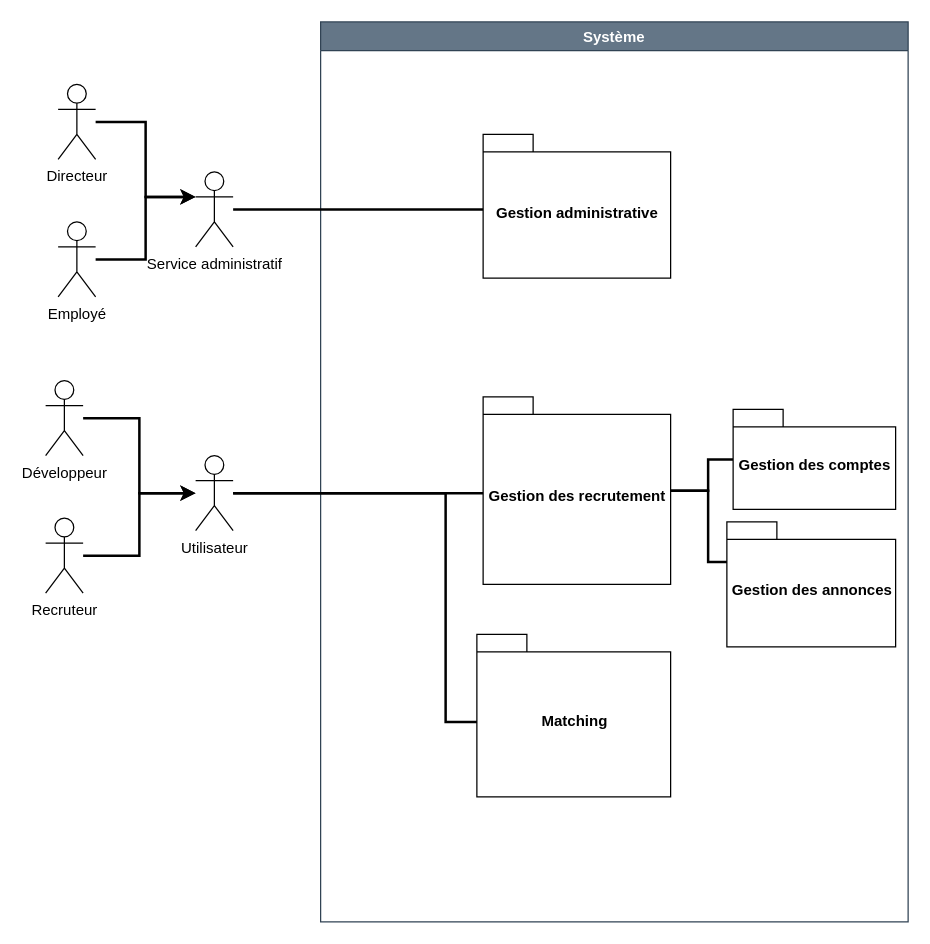
Before: diagramme_package.drawio in Aurelie1416/books-key, a draw.io diagram. Source tidied: cells renumbered, new cells numbered last; positions are measured from the earlier drawing's top-left corner, leaving out a move shared by most shapes. Both pictures are drawn from the tidied source at 125%, with x=0, y=0 at pixel (45, 21).
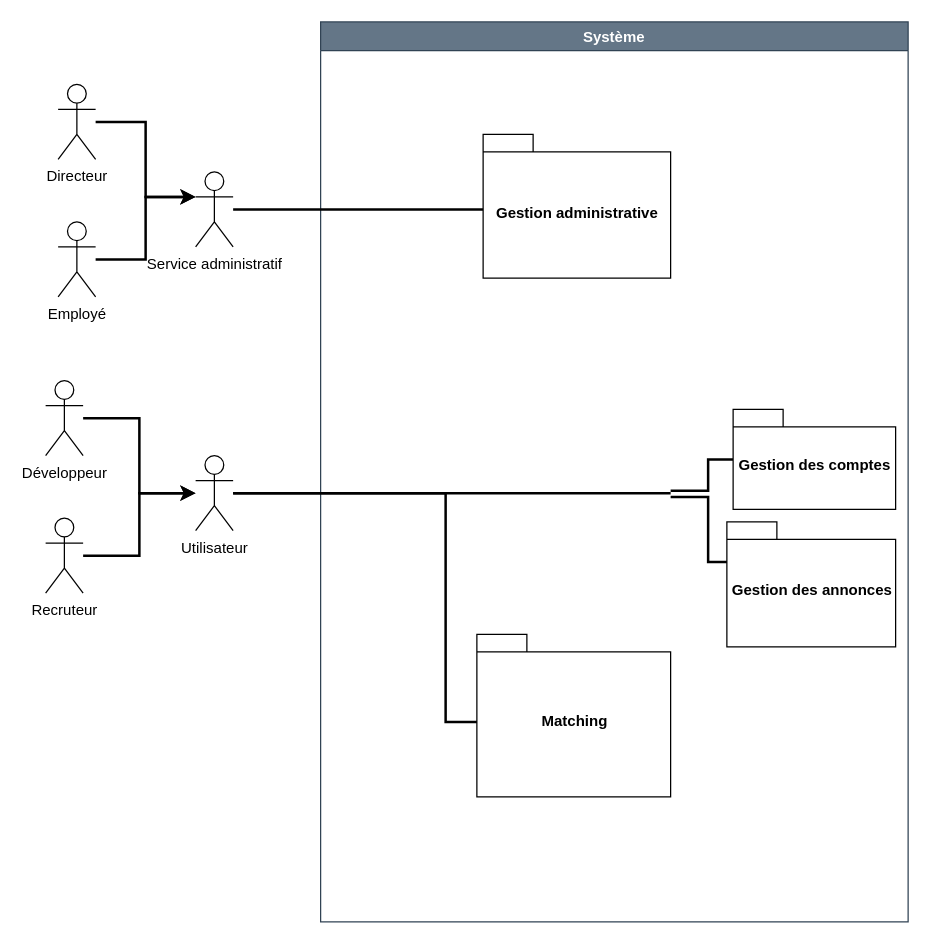
After the change.

Unchanged cells that the change refers to:
```xml
<mxCell id="2" value="Système" style="swimlane;strokeWidth=1;fillColor=#647687;fontColor=#ffffff;strokeColor=#314354;" parent="1" vertex="1">
  <mxGeometry x="220" width="470" height="720" as="geometry" />
</mxCell>
<mxCell id="4" value="Gestion des annonces" style="shape=folder;fontStyle=1;spacingTop=10;tabWidth=40;tabHeight=14;tabPosition=left;html=1;" parent="2" vertex="1">
  <mxGeometry x="325" y="400" width="135" height="100" as="geometry" />
</mxCell>
<mxCell id="6" value="Gestion des comptes" style="shape=folder;fontStyle=1;spacingTop=10;tabWidth=40;tabHeight=14;tabPosition=left;html=1;" parent="2" vertex="1">
  <mxGeometry x="330" y="310" width="130" height="80" as="geometry" />
</mxCell>
<mxCell id="18" value="Utilisateur" style="shape=umlActor;verticalLabelPosition=bottom;verticalAlign=top;html=1;outlineConnect=0;" parent="1" vertex="1">
  <mxGeometry x="120" y="347" width="30" height="60" as="geometry" />
</mxCell>
```

Diff of the diagram source:
```diff
@@
-    <mxCell id="5" style="edgeStyle=orthogonalEdgeStyle;rounded=0;jettySize=auto;html=1;endArrow=none;endFill=0;strokeWidth=2;" parent="2" edge="1" source="6" target="8">
+    <mxCell id="5" style="edgeStyle=orthogonalEdgeStyle;rounded=0;jettySize=auto;html=1;endArrow=none;endFill=0;strokeWidth=2;" parent="2" edge="1" source="6">
       <mxGeometry relative="1" as="geometry">
+        <mxPoint x="280" y="375" as="targetPoint" />
         <Array as="points">
           <mxPoint x="310" y="350" />
           <mxPoint x="310" y="375" />
         </Array>
       </mxGeometry>
     </mxCell>
@@
-    <mxCell id="7" style="edgeStyle=orthogonalEdgeStyle;rounded=0;jettySize=auto;html=1;entryX=0;entryY=0;entryDx=0;entryDy=32;entryPerimeter=0;endArrow=none;endFill=0;strokeWidth=2;" parent="2" edge="1" source="8" target="4">
+    <mxCell id="7" style="edgeStyle=orthogonalEdgeStyle;rounded=0;jettySize=auto;html=1;entryX=0;entryY=0;entryDx=0;entryDy=32;entryPerimeter=0;endArrow=none;endFill=0;strokeWidth=2;" parent="2" edge="1" target="4">
       <mxGeometry relative="1" as="geometry">
+        <mxPoint x="280" y="380" as="sourcePoint" />
         <Array as="points">
-          <mxPoint x="310" y="375" />
+          <mxPoint x="310" y="380" />
           <mxPoint x="310" y="432" />
         </Array>
       </mxGeometry>
     </mxCell>
-    <mxCell id="8" value="Gestion des recrutement" style="shape=folder;fontStyle=1;spacingTop=10;tabWidth=40;tabHeight=14;tabPosition=left;html=1;" parent="2" vertex="1">
-      <mxGeometry x="130" y="300" width="150" height="150" as="geometry" />
-    </mxCell>
@@
     <mxCell id="16" style="edgeStyle=orthogonalEdgeStyle;rounded=0;jettySize=auto;html=1;strokeWidth=2;endArrow=none;endFill=0;" parent="1" edge="1" source="18">
       <mxGeometry relative="1" as="geometry">
-        <mxPoint x="350" y="377" as="targetPoint" />
+        <mxPoint x="500" y="377" as="targetPoint" />
       </mxGeometry>
     </mxCell>
```
